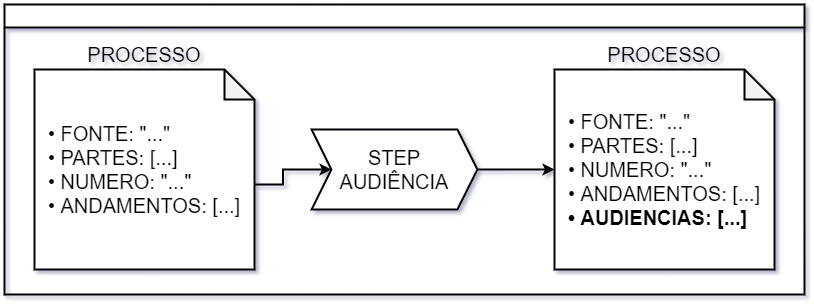
This is imagens/processo-in-step.png from Crissky/TCC-21, a draw.io export, as it was before one commit. Source tidied: cells renumbered, new cells last; positions are measured from the earlier drawing's top-left corner, leaving out a move shared by most shapes.
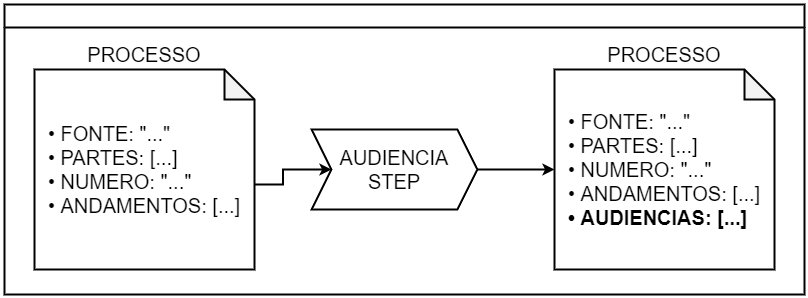
After the commit.

Change to the diagram source:
```diff
@@ -5,7 +5,7 @@
     <mxCell id="2" style="edgeStyle=orthogonalEdgeStyle;rounded=0;jettySize=auto;html=1;exitX=1;exitY=0.5;exitDx=0;exitDy=0;entryX=0;entryY=0.5;entryDx=0;entryDy=0;entryPerimeter=0;fontSize=20;strokeWidth=2;" parent="1" edge="1" source="3" target="4">
       <mxGeometry relative="1" as="geometry" />
     </mxCell>
-    <mxCell id="3" value="&lt;font style=&quot;font-size: 20px&quot;&gt;STEP&lt;br&gt;AUDIÊNCIA&lt;br&gt;&lt;/font&gt;" style="shape=step;perimeter=stepPerimeter;whiteSpace=wrap;html=1;fixedSize=1;strokeWidth=2;" parent="1" vertex="1">
+    <mxCell id="3" value="&lt;font style=&quot;font-size: 20px&quot;&gt;AUDIENCIA&lt;br&gt;STEP&lt;br&gt;&lt;/font&gt;" style="shape=step;perimeter=stepPerimeter;whiteSpace=wrap;html=1;fixedSize=1;strokeWidth=2;" parent="1" vertex="1">
       <mxGeometry x="307" y="125" width="166" height="80" as="geometry" />
     </mxCell>
     <mxCell id="4" value="&lt;div style=&quot;text-align: left&quot;&gt;&lt;span style=&quot;font-size: 20px&quot;&gt;• FONTE: &quot;...&quot;&lt;/span&gt;&lt;/div&gt;&lt;div style=&quot;text-align: left&quot;&gt;&lt;span style=&quot;font-size: 20px&quot;&gt;• PARTES: [...]&lt;/span&gt;&lt;/div&gt;&lt;div style=&quot;text-align: left&quot;&gt;&lt;span style=&quot;font-size: 20px&quot;&gt;• NUMERO: &quot;...&quot;&lt;/span&gt;&lt;/div&gt;&lt;div style=&quot;text-align: left&quot;&gt;&lt;span style=&quot;font-size: 20px&quot;&gt;• ANDAMENTOS: [...]&lt;/span&gt;&lt;/div&gt;&lt;span style=&quot;font-size: 20px&quot;&gt;&lt;div style=&quot;text-align: left&quot;&gt;&lt;span&gt;&lt;b&gt;• AUDIENCIAS: [...]&lt;/b&gt;&lt;/span&gt;&lt;/div&gt;&lt;/span&gt;" style="shape=note;whiteSpace=wrap;html=1;backgroundOutline=1;darkOpacity=0.05;strokeWidth=2;" parent="1" vertex="1">
```
